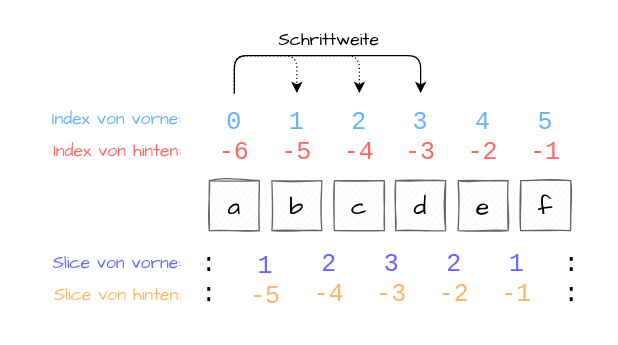
The draw.io diagram kssop/slicing.drawio in dude2511/drawio, before the edit. Source tidied: cells renumbered, new cells numbered last; positions are measured from the earlier drawing's top-left corner, leaving out a move shared by most shapes. Both pictures are drawn from the tidied source at 125%, with x=0, y=0 at pixel (21, 21).
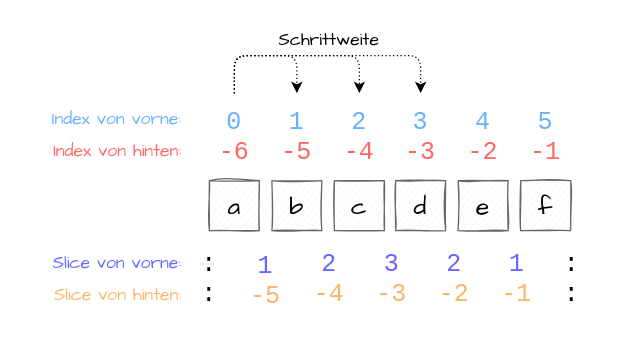
The same page after the edit.

The change refers to these unchanged cells:
```xml
<mxCell id="14" value="&lt;font color=&quot;#66b2ff&quot;&gt;3&lt;/font&gt;&lt;br&gt;&lt;font color=&quot;#ff6666&quot;&gt;-3&lt;/font&gt;" style="text;html=1;strokeColor=none;fillColor=none;align=center;verticalAlign=middle;whiteSpace=wrap;rounded=0;shadow=0;sketch=1;fontFamily=Courier New;fontSize=20;fontColor=#000000;" parent="1" vertex="1">
  <mxGeometry x="299" y="57" width="40" height="70" as="geometry" />
</mxCell>
```

Change to the diagram source:
```diff
@@
-    <mxCell id="27" style="edgeStyle=orthogonalEdgeStyle;rounded=1;jettySize=auto;html=1;exitX=0.5;exitY=0;exitDx=0;exitDy=0;entryX=0.5;entryY=0;entryDx=0;entryDy=0;fontFamily=Courier New;fontSize=20;fontColor=#000000;" parent="1" edge="1" target="14">
+    <mxCell id="27" style="edgeStyle=orthogonalEdgeStyle;rounded=1;jettySize=auto;html=1;exitX=0.5;exitY=0;exitDx=0;exitDy=0;entryX=0.5;entryY=0;entryDx=0;entryDy=0;fontFamily=Courier New;fontSize=20;fontColor=#000000;dashed=1;dashPattern=1 2;" parent="1" edge="1" target="14">
       <mxGeometry relative="1" as="geometry">
         <mxPoint x="170" y="57" as="sourcePoint" />
         <Array as="points">
           <mxPoint x="170" y="27" />
           <mxPoint x="319" y="27" />
         </Array>
       </mxGeometry>
     </mxCell>
```
